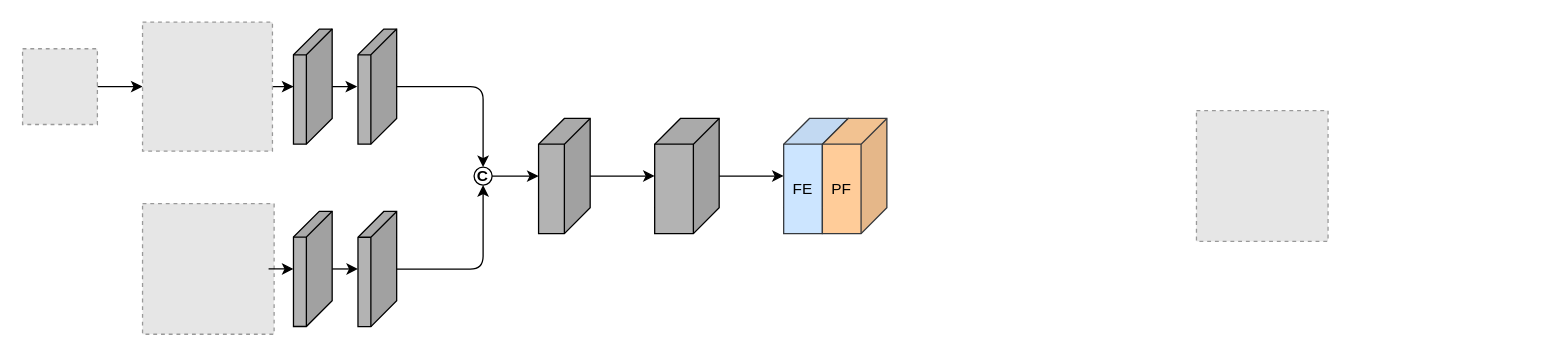
The draw.io diagram Untitled Diagram.drawio in huanghef/git_learning, before the edit. Source tidied: cells renumbered, new cells numbered last; positions are measured from the earlier drawing's top-left corner, leaving out a move shared by most shapes. Both pictures are drawn from the tidied source at 129%, with x=0, y=0 at pixel (22, 22). Pictures stored in the file or linked from it are replaced by grey dashed boxes.
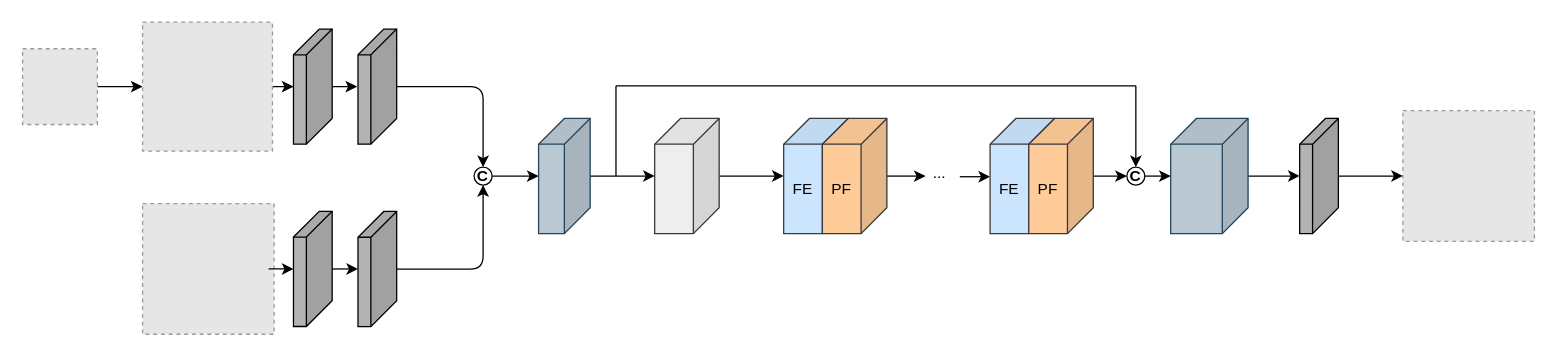
After the change.

Unchanged cells that the change refers to:
```xml
<mxCell id="24" value="PF" style="shape=cube;whiteSpace=wrap;html=1;boundedLbl=1;backgroundOutline=1;darkOpacity=0.05;darkOpacity2=0.1;direction=east;flipH=1;fillColor=#ffcc99;strokeColor=#36393d;" parent="1" vertex="1">
  <mxGeometry x="620" y="74.3" width="50" height="89.3" as="geometry" />
</mxCell>
```

What changed in the source:
```diff
@@
+    <mxCell id="25" style="edgeStyle=orthogonalEdgeStyle;rounded=1;jettySize=auto;html=1;exitX=1;exitY=0.75;exitDx=0;exitDy=0;entryX=1;entryY=0.504;entryDx=0;entryDy=0;entryPerimeter=0;" parent="1" edge="1" source="26" target="28">
+      <mxGeometry relative="1" as="geometry" />
+    </mxCell>
+    <mxCell id="26" value="&lt;div&gt;&lt;span&gt;...&lt;/span&gt;&lt;/div&gt;" style="rounded=0;whiteSpace=wrap;html=1;strokeColor=#FFFFFF;fillColor=#FFFFFF;align=center;" parent="1" vertex="1">
+      <mxGeometry x="696" y="112" width="30" height="10" as="geometry" />
+    </mxCell>
@@
     <mxCell id="6" style="fillColor=#E6E6E6;strokeColor=#999999;dashed=1;verticalLabelPosition=bottom;labelBackgroundColor=default;verticalAlign=top;" parent="1" vertex="1">
-      <mxGeometry x="910" y="68.3" width="102" height="101.3" as="geometry" />
+      <mxGeometry x="1070" y="68.3" width="102" height="101.3" as="geometry" />
     </mxCell>
@@
-    <mxCell id="20" style="shape=cube;whiteSpace=wrap;html=1;boundedLbl=1;backgroundOutline=1;darkOpacity=0.05;darkOpacity2=0.1;direction=east;flipH=1;fillColor=#B3B3B3;" parent="1" vertex="1">
+    <mxCell id="20" style="shape=cube;whiteSpace=wrap;html=1;boundedLbl=1;backgroundOutline=1;darkOpacity=0.05;darkOpacity2=0.1;direction=east;flipH=1;fillColor=#bac8d3;strokeColor=#23445d;" parent="1" vertex="1">
       <mxGeometry x="400" y="74.3" width="40" height="89.3" as="geometry" />
     </mxCell>
@@
-    <mxCell id="22" style="shape=cube;whiteSpace=wrap;html=1;boundedLbl=1;backgroundOutline=1;darkOpacity=0.05;darkOpacity2=0.1;direction=east;flipH=1;fillColor=#B3B3B3;" parent="1" vertex="1">
+    <mxCell id="22" style="shape=cube;whiteSpace=wrap;html=1;boundedLbl=1;backgroundOutline=1;darkOpacity=0.05;darkOpacity2=0.1;direction=east;flipH=1;fillColor=#eeeeee;strokeColor=#36393d;" parent="1" vertex="1">
       <mxGeometry x="490" y="74.3" width="50" height="89.3" as="geometry" />
     </mxCell>
@@
+    <mxCell id="27" style="edgeStyle=orthogonalEdgeStyle;rounded=1;jettySize=auto;html=1;" parent="1" edge="1" source="24">
+      <mxGeometry relative="1" as="geometry">
+        <mxPoint x="700" y="119" as="targetPoint" />
+      </mxGeometry>
+    </mxCell>
@@
+    <mxCell id="28" value="FE" style="shape=cube;whiteSpace=wrap;html=1;boundedLbl=1;backgroundOutline=1;darkOpacity=0.05;darkOpacity2=0.1;direction=east;flipH=1;fillColor=#cce5ff;strokeColor=#36393d;" parent="1" vertex="1">
+      <mxGeometry x="750" y="74.3" width="50" height="89.3" as="geometry" />
+    </mxCell>
+    <mxCell id="29" style="edgeStyle=orthogonalEdgeStyle;rounded=1;jettySize=auto;html=1;entryX=0;entryY=0.5;entryDx=0;entryDy=0;" parent="1" edge="1" source="30" target="34">
+      <mxGeometry relative="1" as="geometry" />
+    </mxCell>
+    <mxCell id="30" value="PF" style="shape=cube;whiteSpace=wrap;html=1;boundedLbl=1;backgroundOutline=1;darkOpacity=0.05;darkOpacity2=0.1;direction=east;flipH=1;fillColor=#ffcc99;strokeColor=#36393d;" parent="1" vertex="1">
+      <mxGeometry x="780" y="74.3" width="50" height="89.3" as="geometry" />
+    </mxCell>
+    <mxCell id="31" style="edgeStyle=orthogonalEdgeStyle;rounded=1;jettySize=auto;html=1;" parent="1" edge="1" source="32" target="39">
+      <mxGeometry relative="1" as="geometry" />
+    </mxCell>
+    <mxCell id="32" style="shape=cube;whiteSpace=wrap;html=1;boundedLbl=1;backgroundOutline=1;darkOpacity=0.05;darkOpacity2=0.1;direction=east;flipH=1;fillColor=#bac8d3;strokeColor=#23445d;" parent="1" vertex="1">
+      <mxGeometry x="890" y="74.3" width="60" height="89.3" as="geometry" />
+    </mxCell>
+    <mxCell id="33" style="edgeStyle=orthogonalEdgeStyle;rounded=1;jettySize=auto;html=1;" parent="1" edge="1" source="34" target="32">
+      <mxGeometry relative="1" as="geometry" />
+    </mxCell>
+    <mxCell id="34" value="&lt;b&gt;C&lt;/b&gt;" style="ellipse;whiteSpace=wrap;html=1;strokeColor=#000000;fillColor=#FFFFFF;" parent="1" vertex="1">
+      <mxGeometry x="856" y="112" width="14" height="14" as="geometry" />
+    </mxCell>
+    <mxCell id="35" style="endArrow=none;html=1;rounded=1;" parent="1" edge="1">
+      <mxGeometry relative="1" as="geometry">
+        <mxPoint x="460" y="119" as="sourcePoint" />
+        <mxPoint x="460" y="49" as="targetPoint" />
+      </mxGeometry>
+    </mxCell>
+    <mxCell id="36" style="endArrow=none;html=1;rounded=1;" parent="1" edge="1">
+      <mxGeometry relative="1" as="geometry">
+        <mxPoint x="460" y="49" as="sourcePoint" />
+        <mxPoint x="863" y="49" as="targetPoint" />
+      </mxGeometry>
+    </mxCell>
+    <mxCell id="37" style="endArrow=classic;html=1;rounded=1;entryX=0.5;entryY=0;entryDx=0;entryDy=0;" parent="1" edge="1" target="34">
+      <mxGeometry relative="1" as="geometry">
+        <mxPoint x="863" y="49" as="sourcePoint" />
+        <Array as="points">
+          <mxPoint x="863" y="109" />
+        </Array>
+      </mxGeometry>
+    </mxCell>
+    <mxCell id="38" style="edgeStyle=orthogonalEdgeStyle;rounded=1;jettySize=auto;html=1;" parent="1" edge="1" source="39" target="6">
+      <mxGeometry relative="1" as="geometry" />
+    </mxCell>
+    <mxCell id="39" style="shape=cube;whiteSpace=wrap;html=1;boundedLbl=1;backgroundOutline=1;darkOpacity=0.05;darkOpacity2=0.1;direction=east;flipH=1;fillColor=#B3B3B3;" parent="1" vertex="1">
+      <mxGeometry x="990" y="74.3" width="30" height="89.3" as="geometry" />
+    </mxCell>
```
